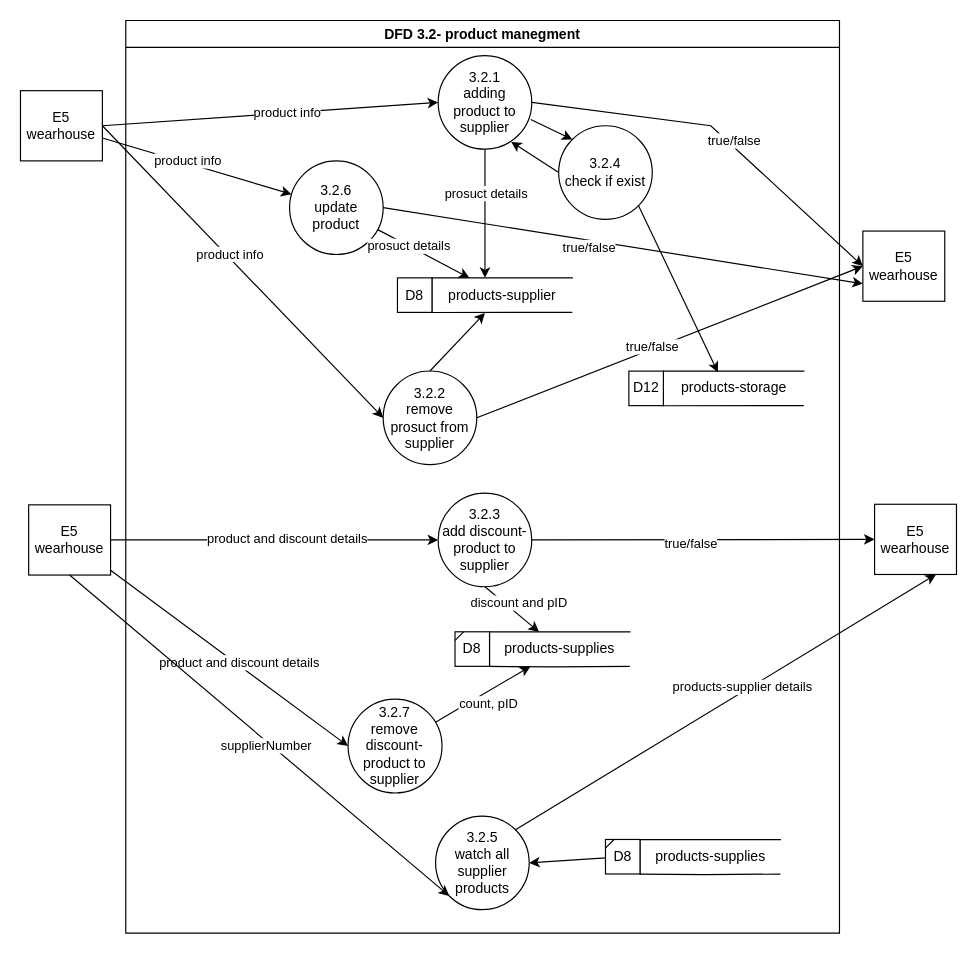
Before: page "dfd3.2" (3 of 4) of docs/DFD/DFD3_Supplier.drawio in Naveavra/Market, a draw.io diagram. Source tidied: cells renumbered, new cells numbered last; positions are measured from the earlier drawing's top-left corner, leaving out a move shared by most shapes. Both pictures are drawn from the tidied source at 117%, with x=0, y=0 at pixel (20, 20).
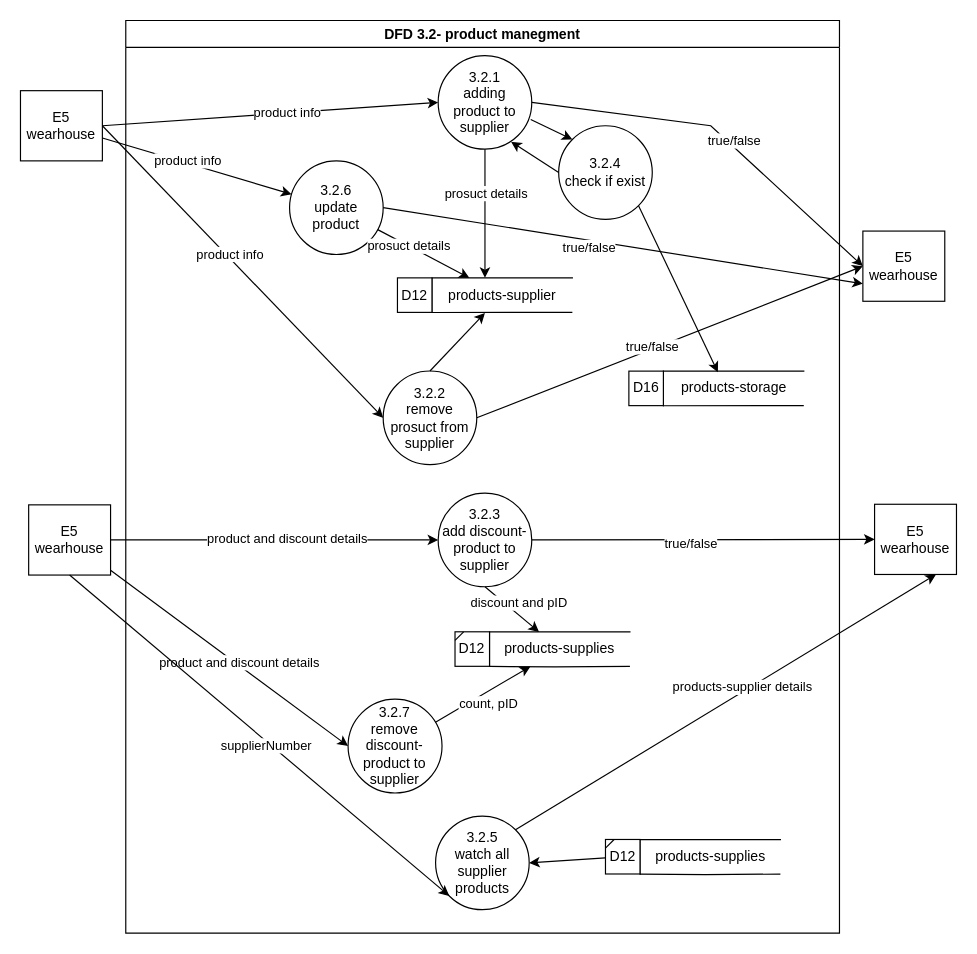
The same page after the edit.

Unchanged cells that the change refers to:
```xml
<mxCell id="4" style="group;" parent="2" vertex="1">
  <mxGeometry x="232.2" y="220" width="149.5" height="29.6" as="geometry" />
</mxCell>
<mxCell id="18" style="group;" parent="2" vertex="1">
  <mxGeometry x="430" y="299.7" width="149.5" height="29.6" as="geometry" />
</mxCell>
<mxCell id="30" style="group;" parent="2" vertex="1">
  <mxGeometry x="410" y="700" width="149.5" height="29.6" as="geometry" />
</mxCell>
<mxCell id="36" style="group;" parent="2" vertex="1">
  <mxGeometry x="281.4" y="522.5" width="149.5" height="29.6" as="geometry" />
</mxCell>
```

The edit, as a diff of the source:
```diff
@@
-    <mxCell id="7" value="D8" style="whiteSpace=wrap;html=1;" parent="4" vertex="1">
+    <mxCell id="7" value="D12" style="whiteSpace=wrap;html=1;" parent="4" vertex="1">
       <mxGeometry width="29.5" height="29.5" as="geometry" />
     </mxCell>
@@
-    <mxCell id="21" value="D12" style="whiteSpace=wrap;html=1;" parent="18" vertex="1">
+    <mxCell id="21" value="D16" style="whiteSpace=wrap;html=1;" parent="18" vertex="1">
       <mxGeometry width="29.5" height="29.5" as="geometry" />
     </mxCell>
@@
-    <mxCell id="33" value="D8" style="whiteSpace=wrap;html=1;" parent="30" vertex="1">
+    <mxCell id="33" value="D12" style="whiteSpace=wrap;html=1;" parent="30" vertex="1">
       <mxGeometry width="29.5" height="29.5" as="geometry" />
     </mxCell>
@@
-    <mxCell id="39" value="D8" style="whiteSpace=wrap;html=1;" parent="36" vertex="1">
+    <mxCell id="39" value="D12" style="whiteSpace=wrap;html=1;" parent="36" vertex="1">
       <mxGeometry width="29.5" height="29.5" as="geometry" />
     </mxCell>
```
